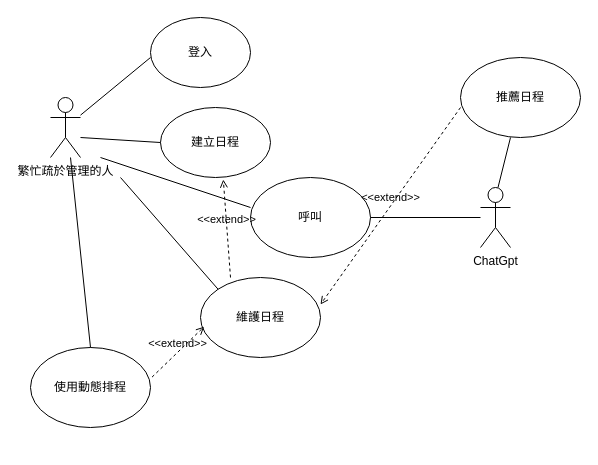
The draw.io diagram Ilovechainlaing.drawio in Kevincheng0804/Graduation-Topic, before the edit. Source tidied: cells renumbered, new cells numbered last; positions are measured from the earlier drawing's top-left corner, leaving out a move shared by most shapes. Both pictures are drawn from the tidied source at 100%, with x=0, y=0 at pixel (30, 17).
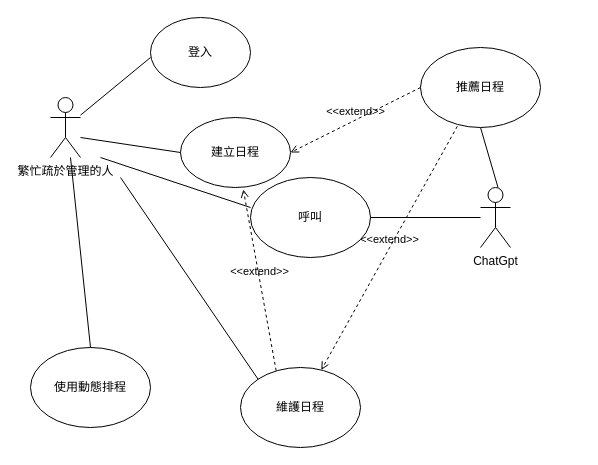
After the change.

The change refers to these unchanged cells:
```xml
<mxCell id="17" value="使用動態排程" style="ellipse;whiteSpace=wrap;html=1;" parent="1" vertex="1">
  <mxGeometry y="330" width="120" height="80" as="geometry" />
</mxCell>
```

What changed in the source:
```diff
@@
     <mxCell id="4" value="建立日程" style="ellipse;whiteSpace=wrap;html=1;" parent="1" vertex="1">
-      <mxGeometry x="130" y="90" width="110" height="70" as="geometry" />
+      <mxGeometry x="150" y="100" width="110" height="70" as="geometry" />
     </mxCell>
     <mxCell id="5" value="維護日程" style="ellipse;whiteSpace=wrap;html=1;" parent="1" vertex="1">
-      <mxGeometry x="170" y="260" width="120" height="80" as="geometry" />
+      <mxGeometry x="210" y="350" width="120" height="80" as="geometry" />
     </mxCell>
@@
-    <mxCell id="13" value="&amp;lt;&amp;lt;extend&amp;gt;&amp;gt;" style="html=1;verticalAlign=bottom;labelBackgroundColor=none;endArrow=open;endFill=0;dashed=1;rounded=0;entryX=0.571;entryY=1.029;entryDx=0;entryDy=0;entryPerimeter=0;" parent="1" edge="1" target="4">
-      <mxGeometry relative="1" as="geometry">
-        <mxPoint x="200" y="260" as="sourcePoint" />
-      </mxGeometry>
+    <mxCell id="13" value="&amp;lt;&amp;lt;extend&amp;gt;&amp;gt;" style="html=1;verticalAlign=bottom;labelBackgroundColor=none;endArrow=open;endFill=0;dashed=1;rounded=0;entryX=0.571;entryY=1.029;entryDx=0;entryDy=0;entryPerimeter=0;exitX=0.297;exitY=0.04;exitDx=0;exitDy=0;exitPerimeter=0;" parent="1" edge="1" source="5" target="4">
+      <mxGeometry relative="1" as="geometry" />
     </mxCell>
-    <mxCell id="14" style="endArrow=none;html=1;rounded=0;entryX=0.5;entryY=0;entryDx=0;entryDy=0;entryPerimeter=0;" parent="1" edge="1">
+    <mxCell id="14" style="endArrow=none;html=1;rounded=0;entryX=0.5;entryY=0;entryDx=0;entryDy=0;entryPerimeter=0;exitX=0.5;exitY=1;exitDx=0;exitDy=0;" parent="1" edge="1" source="15">
       <mxGeometry relative="1" as="geometry">
-        <mxPoint x="480" y="120" as="sourcePoint" />
         <mxPoint x="467.5" y="170" as="targetPoint" />
       </mxGeometry>
     </mxCell>
     <mxCell id="15" value="推薦日程" style="ellipse;whiteSpace=wrap;html=1;" parent="1" vertex="1">
-      <mxGeometry x="430" y="40" width="120" height="80" as="geometry" />
+      <mxGeometry x="390" y="30" width="120" height="80" as="geometry" />
     </mxCell>
-    <mxCell id="16" value="&amp;lt;&amp;lt;extend&amp;gt;&amp;gt;" style="html=1;verticalAlign=bottom;labelBackgroundColor=none;endArrow=open;endFill=0;dashed=1;rounded=0;entryX=0.571;entryY=1.029;entryDx=0;entryDy=0;entryPerimeter=0;exitX=0;exitY=0.625;exitDx=0;exitDy=0;exitPerimeter=0;" parent="1" edge="1" source="15">
-      <mxGeometry relative="1" as="geometry">
-        <mxPoint x="290" y="287" as="targetPoint" />
-      </mxGeometry>
-    </mxCell>
@@
-    <mxCell id="19" value="&amp;lt;&amp;lt;extend&amp;gt;&amp;gt;" style="html=1;verticalAlign=bottom;labelBackgroundColor=none;endArrow=open;endFill=0;dashed=1;rounded=0;entryX=0.03;entryY=0.615;entryDx=0;entryDy=0;entryPerimeter=0;exitX=1.013;exitY=0.37;exitDx=0;exitDy=0;exitPerimeter=0;" parent="1" edge="1" source="17" target="5">
-      <mxGeometry relative="1" as="geometry" />
-    </mxCell>
+    <mxCell id="20" value="&amp;lt;&amp;lt;extend&amp;gt;&amp;gt;" style="html=1;verticalAlign=bottom;labelBackgroundColor=none;endArrow=open;endFill=0;dashed=1;rounded=0;exitX=0.307;exitY=0.985;exitDx=0;exitDy=0;exitPerimeter=0;" parent="1" edge="1" source="15" target="5">
+      <mxGeometry relative="1" as="geometry" />
+    </mxCell>
+    <mxCell id="21" value="&amp;lt;&amp;lt;extend&amp;gt;&amp;gt;" style="html=1;verticalAlign=bottom;labelBackgroundColor=none;endArrow=open;endFill=0;dashed=1;rounded=0;exitX=0;exitY=0.5;exitDx=0;exitDy=0;entryX=1;entryY=0.5;entryDx=0;entryDy=0;" parent="1" edge="1" source="15" target="4">
+      <mxGeometry relative="1" as="geometry" />
+    </mxCell>
```
